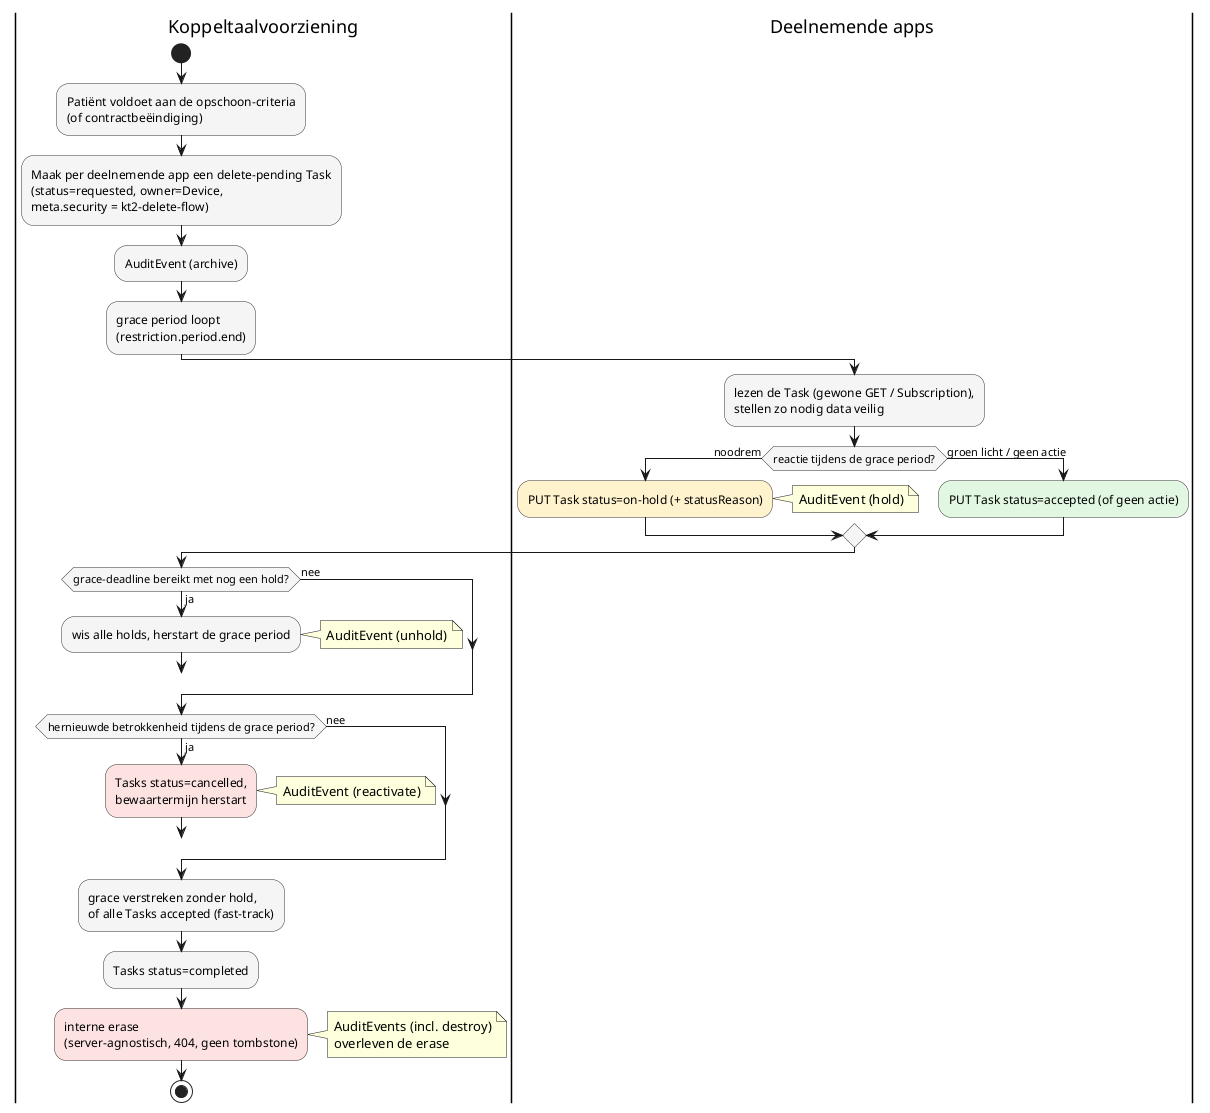
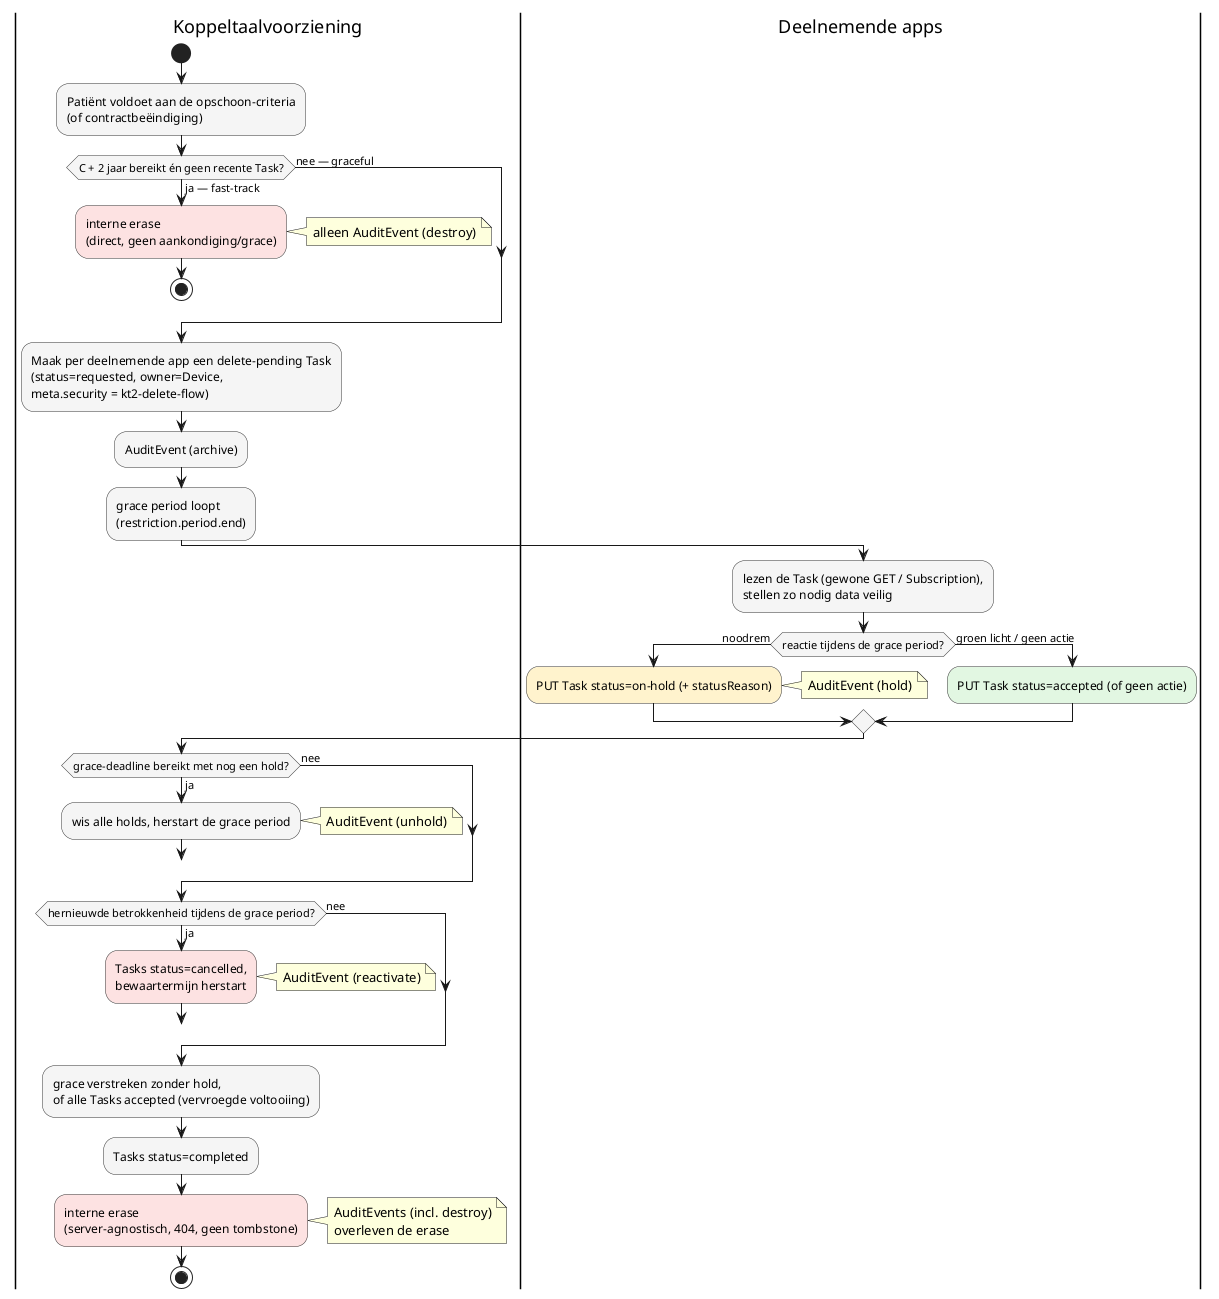
@startuml opschoning-patient-data-overzicht

skinparam activity {
  BackgroundColor #f5f5f5
  BorderColor #333333
}

|Koppeltaalvoorziening|
start
label start_proces
:Patiënt voldoet aan de opschoon-criteria\n(of contractbeëindiging);
+ if (C + 2 jaar bereikt én geen recente Task?) then (ja — fast-track)
+   #fde2e2:interne erase\n(direct, geen aankondiging/grace);
+   note right: alleen AuditEvent (destroy)
+   stop
+ else (nee — graceful)
+ endif
:Maak per deelnemende app een delete-pending Task\n(status=requested, owner=Device,\nmeta.security = kt2-delete-flow);
:AuditEvent (archive);
label start_grace
:grace period loopt\n(restriction.period.end);

|Deelnemende apps|
:lezen de Task (gewone GET / Subscription),\nstellen zo nodig data veilig;
if (reactie tijdens de grace period?) then (noodrem)
  #fff3cd:PUT Task status=on-hold (+ statusReason);
  note right: AuditEvent (hold)
else (groen licht / geen actie)
  #e2f7e2:PUT Task status=accepted (of geen actie);
endif

|Koppeltaalvoorziening|
if (grace-deadline bereikt met nog een hold?) then (ja)
  :wis alle holds, herstart de grace period;
  note right: AuditEvent (unhold)
  goto start_grace
else (nee)
endif

if (hernieuwde betrokkenheid tijdens de grace period?) then (ja)
  #fde2e2:Tasks status=cancelled,\nbewaartermijn herstart;
  note right: AuditEvent (reactivate)
  goto start_proces
else (nee)
endif

- :grace verstreken zonder hold,\nof alle Tasks accepted (fast-track);
+ :grace verstreken zonder hold,\nof alle Tasks accepted (vervroegde voltooiing);
:Tasks status=completed;
#fde2e2:interne erase\n(server-agnostisch, 404, geen tombstone);
note right
  AuditEvents (incl. destroy)
  overleven de erase
end note
stop

@enduml
